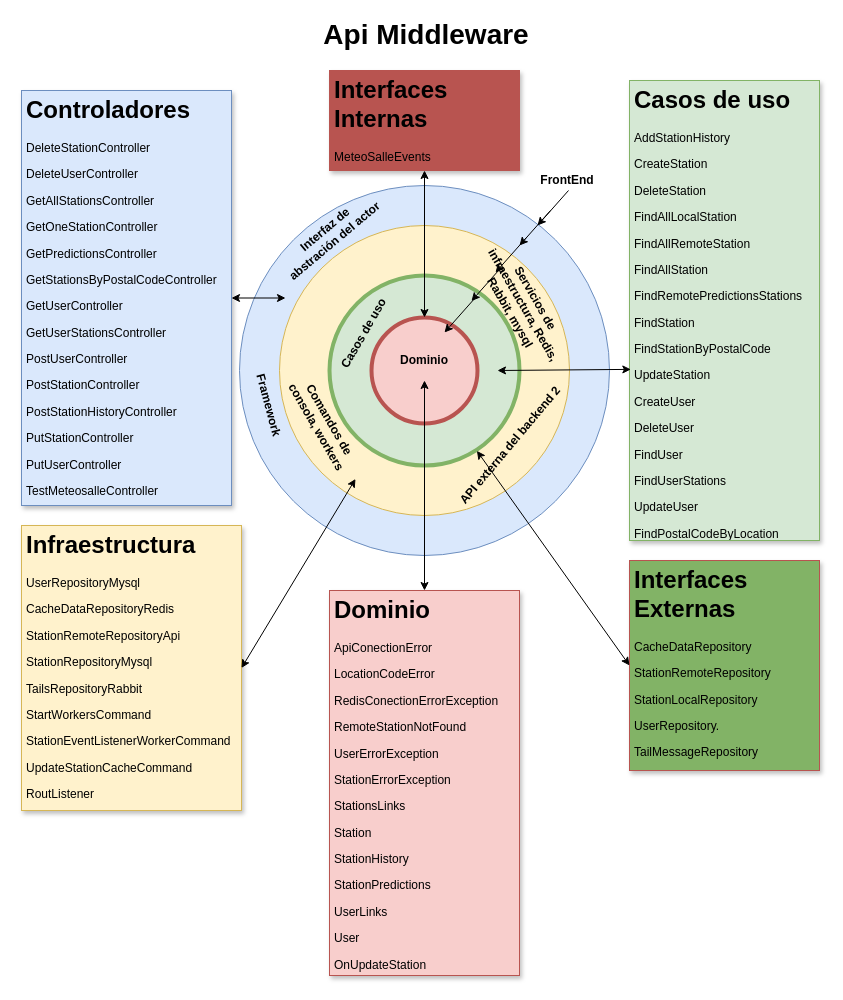
The draw.io diagram documentacion/img/ArquitecturaHexagonal API MeteoSalle.drawio in david-espinosa-fari/TFM, before the edit. Source tidied: cells renumbered, new cells numbered last; positions are measured from the earlier drawing's top-left corner, leaving out a move shared by most shapes. Both pictures are drawn from the tidied source at 100%, with x=0, y=0 at pixel (21, 24).
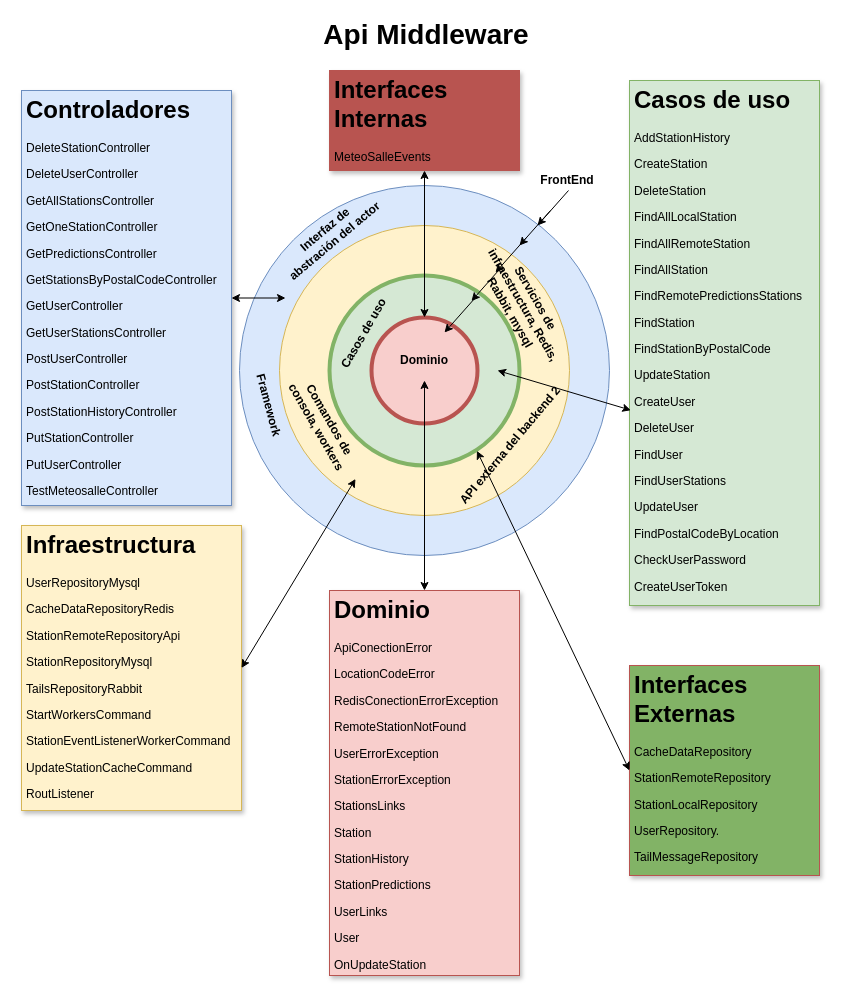
After the change.

Diff of the diagram source:
```diff
@@
-    <mxCell id="11" value="&lt;h1&gt;Casos de uso&lt;/h1&gt;&lt;p&gt;AddStationHistory&lt;/p&gt;&lt;p&gt;CreateStation&lt;/p&gt;&lt;p&gt;DeleteStation&lt;/p&gt;&lt;p&gt;FindAllLocalStation&lt;/p&gt;&lt;p&gt;FindAllRemoteStation&lt;/p&gt;&lt;p&gt;FindAllStation&lt;/p&gt;&lt;p&gt;FindRemotePredictionsStations&lt;/p&gt;&lt;p&gt;FindStation&lt;/p&gt;&lt;p&gt;FindStationByPostalCode&lt;/p&gt;&lt;p&gt;UpdateStation&lt;/p&gt;&lt;p&gt;CreateUser&lt;/p&gt;&lt;p&gt;DeleteUser&lt;/p&gt;&lt;p&gt;FindUser&lt;/p&gt;&lt;p&gt;FindUserStations&lt;/p&gt;&lt;p&gt;UpdateUser&lt;/p&gt;&lt;p&gt;FindPostalCodeByLocation&lt;/p&gt;" style="text;html=1;strokeColor=#82b366;fillColor=#d5e8d4;spacing=5;spacingTop=-20;whiteSpace=wrap;overflow=hidden;rounded=0;shadow=1;glass=0;" parent="1" vertex="1">
-      <mxGeometry x="608" y="56" width="190" height="460" as="geometry" />
+    <mxCell id="11" value="&lt;h1&gt;Casos de uso&lt;/h1&gt;&lt;p&gt;AddStationHistory&lt;/p&gt;&lt;p&gt;CreateStation&lt;/p&gt;&lt;p&gt;DeleteStation&lt;/p&gt;&lt;p&gt;FindAllLocalStation&lt;/p&gt;&lt;p&gt;FindAllRemoteStation&lt;/p&gt;&lt;p&gt;FindAllStation&lt;/p&gt;&lt;p&gt;FindRemotePredictionsStations&lt;/p&gt;&lt;p&gt;FindStation&lt;/p&gt;&lt;p&gt;FindStationByPostalCode&lt;/p&gt;&lt;p&gt;UpdateStation&lt;/p&gt;&lt;p&gt;CreateUser&lt;/p&gt;&lt;p&gt;DeleteUser&lt;/p&gt;&lt;p&gt;FindUser&lt;/p&gt;&lt;p&gt;FindUserStations&lt;/p&gt;&lt;p&gt;UpdateUser&lt;/p&gt;&lt;p&gt;FindPostalCodeByLocation&lt;/p&gt;&lt;p&gt;CheckUserPassword&lt;/p&gt;&lt;p&gt;CreateUserToken&lt;/p&gt;" style="text;html=1;strokeColor=#82b366;fillColor=#d5e8d4;spacing=5;spacingTop=-20;whiteSpace=wrap;overflow=hidden;rounded=0;shadow=1;glass=0;" parent="1" vertex="1">
+      <mxGeometry x="608" y="56" width="190" height="525" as="geometry" />
     </mxCell>
@@
     <mxCell id="16" value="&lt;h1&gt;Interfaces Externas&lt;/h1&gt;&lt;p&gt;CacheDataRepository&lt;/p&gt;&lt;p&gt;StationRemoteRepository&lt;/p&gt;&lt;p&gt;StationLocalRepository&lt;/p&gt;&lt;p&gt;UserRepository.&lt;/p&gt;&lt;p&gt;TailMessageRepository&lt;/p&gt;" style="text;html=1;strokeColor=#b85450;fillColor=#82B366;spacing=5;spacingTop=-20;whiteSpace=wrap;overflow=hidden;rounded=0;shadow=1;glass=0;" parent="1" vertex="1">
-      <mxGeometry x="608" y="536" width="190" height="210" as="geometry" />
+      <mxGeometry x="608" y="641" width="190" height="210" as="geometry" />
     </mxCell>
```
